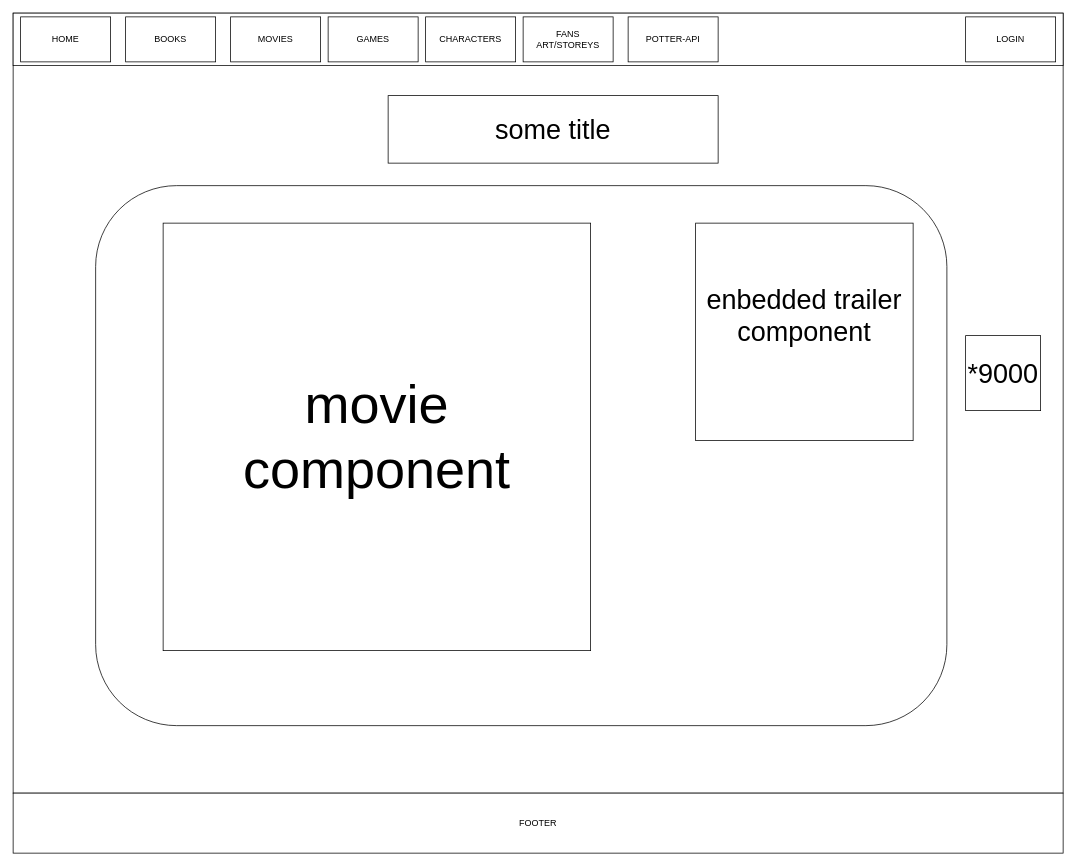
Before: page "MOVIES" (3 of 7) of pseudo/Mock site.drawio in t-bendet/potter-front-end-react, a draw.io diagram. Source tidied: cells renumbered, new cells numbered last; positions are measured from the earlier drawing's top-left corner, leaving out a move shared by most shapes. Both pictures are drawn from the tidied source at 75%, with x=0, y=0 at pixel (13, 13).
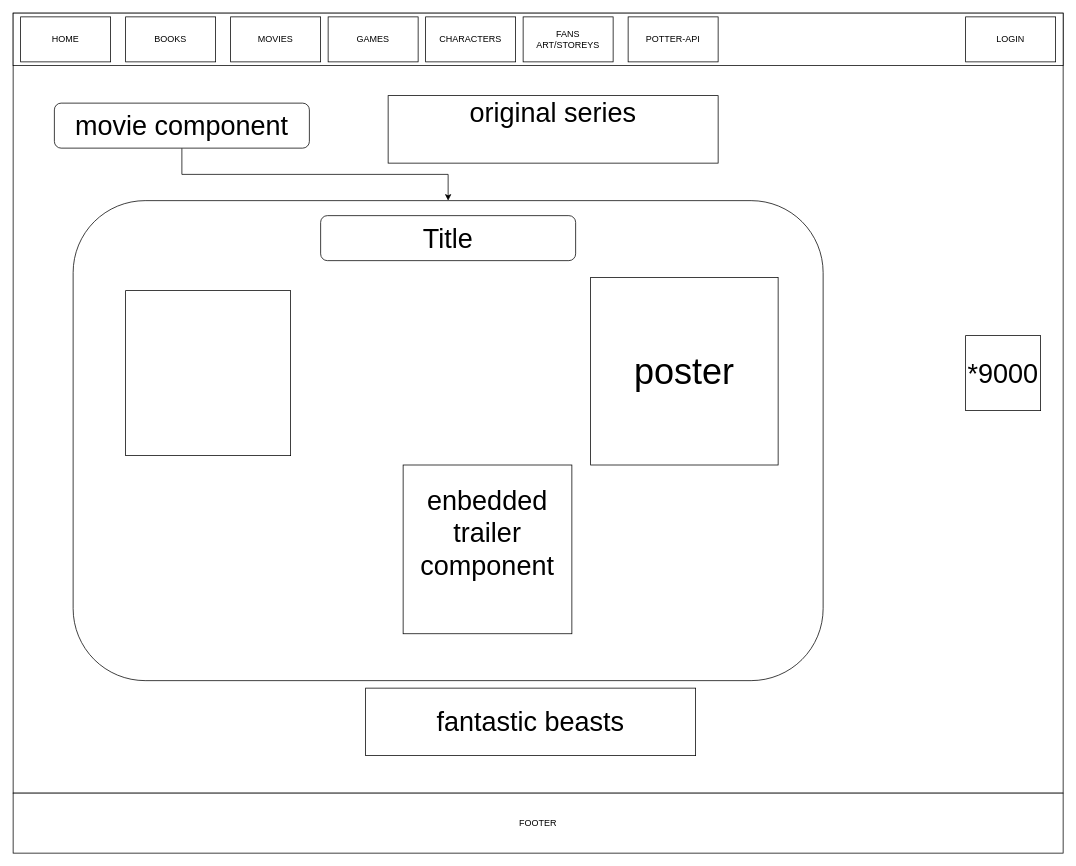
The same page after the edit.

Commit message (it also covers changes not shown here):
added  movie component first  and ugly draft

Diff of the diagram source:
```diff
@@
-    <mxCell id="14" value="&lt;font style=&quot;font-size: 36px&quot;&gt;some title&lt;/font&gt;" style="rounded=0;whiteSpace=wrap;html=1;" parent="1" vertex="1">
+    <mxCell id="14" value="&lt;font style=&quot;font-size: 36px&quot;&gt;original series&lt;br&gt;&lt;br&gt;&lt;/font&gt;" style="rounded=0;whiteSpace=wrap;html=1;" parent="1" vertex="1">
       <mxGeometry x="500" y="110" width="440" height="90" as="geometry" />
     </mxCell>
     <mxCell id="15" style="rounded=1;whiteSpace=wrap;html=1;" parent="1" vertex="1">
-      <mxGeometry x="110" y="230" width="1135" height="720" as="geometry" />
+      <mxGeometry x="80" y="250" width="1000" height="640" as="geometry" />
     </mxCell>
     <mxCell id="16" value="&lt;font style=&quot;font-size: 36px&quot;&gt;enbedded trailer component&lt;br&gt;&lt;br&gt;&lt;/font&gt;" style="whiteSpace=wrap;html=1;" parent="1" vertex="1">
-      <mxGeometry x="910" y="280" width="290" height="290" as="geometry" />
+      <mxGeometry x="520" y="602.5" width="225" height="225" as="geometry" />
     </mxCell>
-    <mxCell id="17" value="&lt;font style=&quot;font-size: 72px&quot;&gt;movie component&lt;/font&gt;" style="whiteSpace=wrap;html=1;" parent="1" vertex="1">
-      <mxGeometry x="200" y="280" width="570" height="570" as="geometry" />
+    <mxCell id="17" value="&lt;font style=&quot;font-size: 48px&quot;&gt;poster&lt;/font&gt;" style="whiteSpace=wrap;html=1;" parent="1" vertex="1">
+      <mxGeometry x="770" y="352.5" width="250" height="250" as="geometry" />
     </mxCell>
@@
+    <mxCell id="19" value="&lt;font style=&quot;font-size: 36px&quot;&gt;fantastic beasts&lt;br&gt;&lt;/font&gt;" style="rounded=0;whiteSpace=wrap;html=1;" parent="1" vertex="1">
+      <mxGeometry x="470" y="900" width="440" height="90" as="geometry" />
+    </mxCell>
+    <mxCell id="20" style="edgeStyle=orthogonalEdgeStyle;rounded=0;jettySize=auto;html=1;exitX=0.5;exitY=1;exitDx=0;exitDy=0;" parent="1" edge="1" source="21" target="15">
+      <mxGeometry relative="1" as="geometry" />
+    </mxCell>
+    <mxCell id="21" value="&lt;font style=&quot;font-size: 36px&quot;&gt;movie component&lt;/font&gt;" style="rounded=1;whiteSpace=wrap;html=1;" parent="1" vertex="1">
+      <mxGeometry x="55" y="120" width="340" height="60" as="geometry" />
+    </mxCell>
+    <mxCell id="22" value="&lt;font style=&quot;font-size: 36px&quot;&gt;Title&lt;/font&gt;" style="rounded=1;whiteSpace=wrap;html=1;" parent="1" vertex="1">
+      <mxGeometry x="410" y="270" width="340" height="60" as="geometry" />
+    </mxCell>
+    <mxCell id="23" value="&lt;div style=&quot;background-color: rgb(255 , 255 , 254) ; line-height: 18px&quot;&gt;&lt;br&gt;&lt;/div&gt;" style="whiteSpace=wrap;html=1;" parent="1" vertex="1">
+      <mxGeometry x="150" y="370" width="220" height="220" as="geometry" />
+    </mxCell>
```
